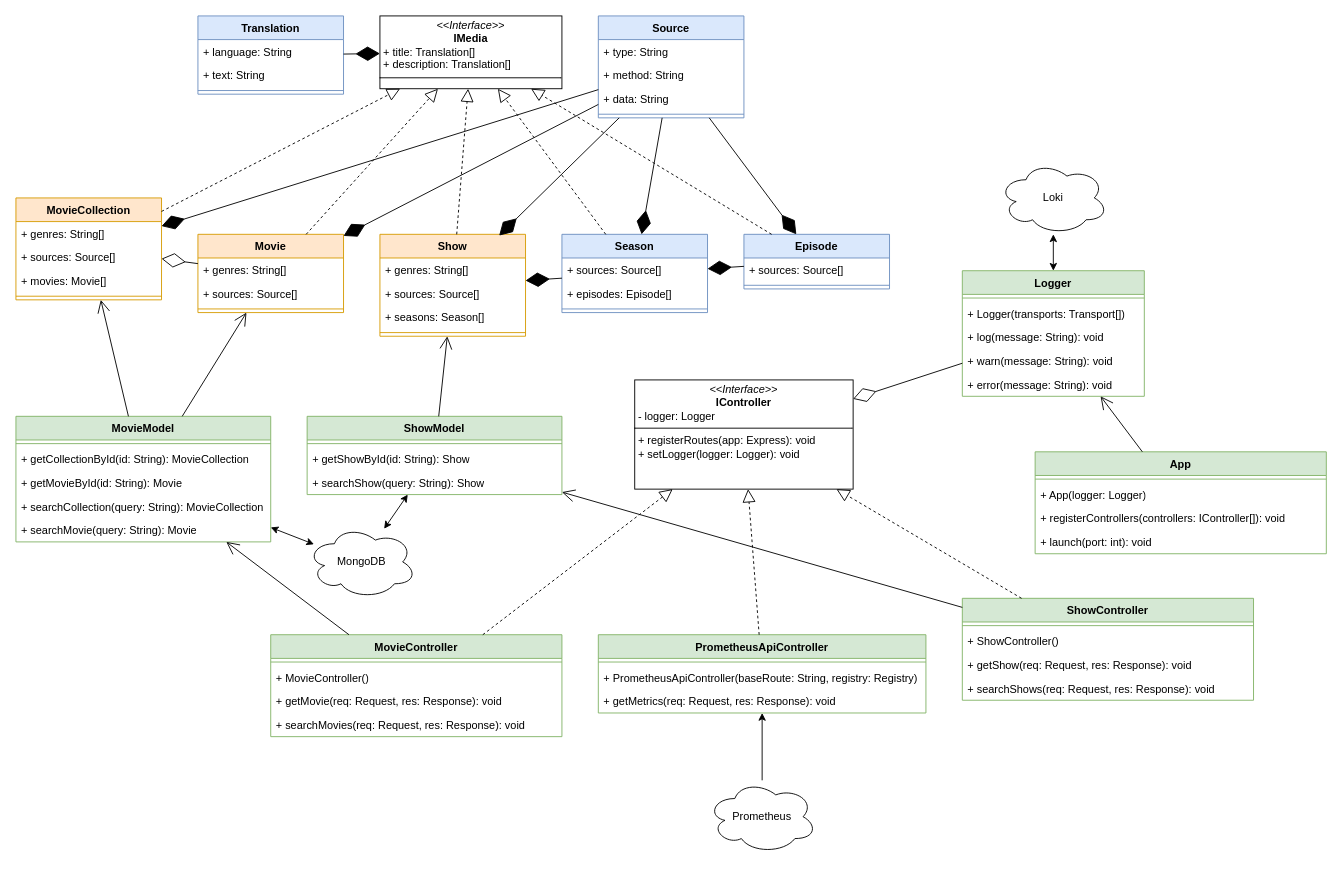
Above: page "Classes" (3 of 4) of docs/mdb.drawio in TimKral5/mediadb (draw.io), before the change. Source tidied: cells renumbered, new cells numbered last; positions are measured from the earlier drawing's top-left corner, leaving out a move shared by most shapes. Both pictures are drawn from the tidied source at 91%, with x=0, y=0 at pixel (15, 15).
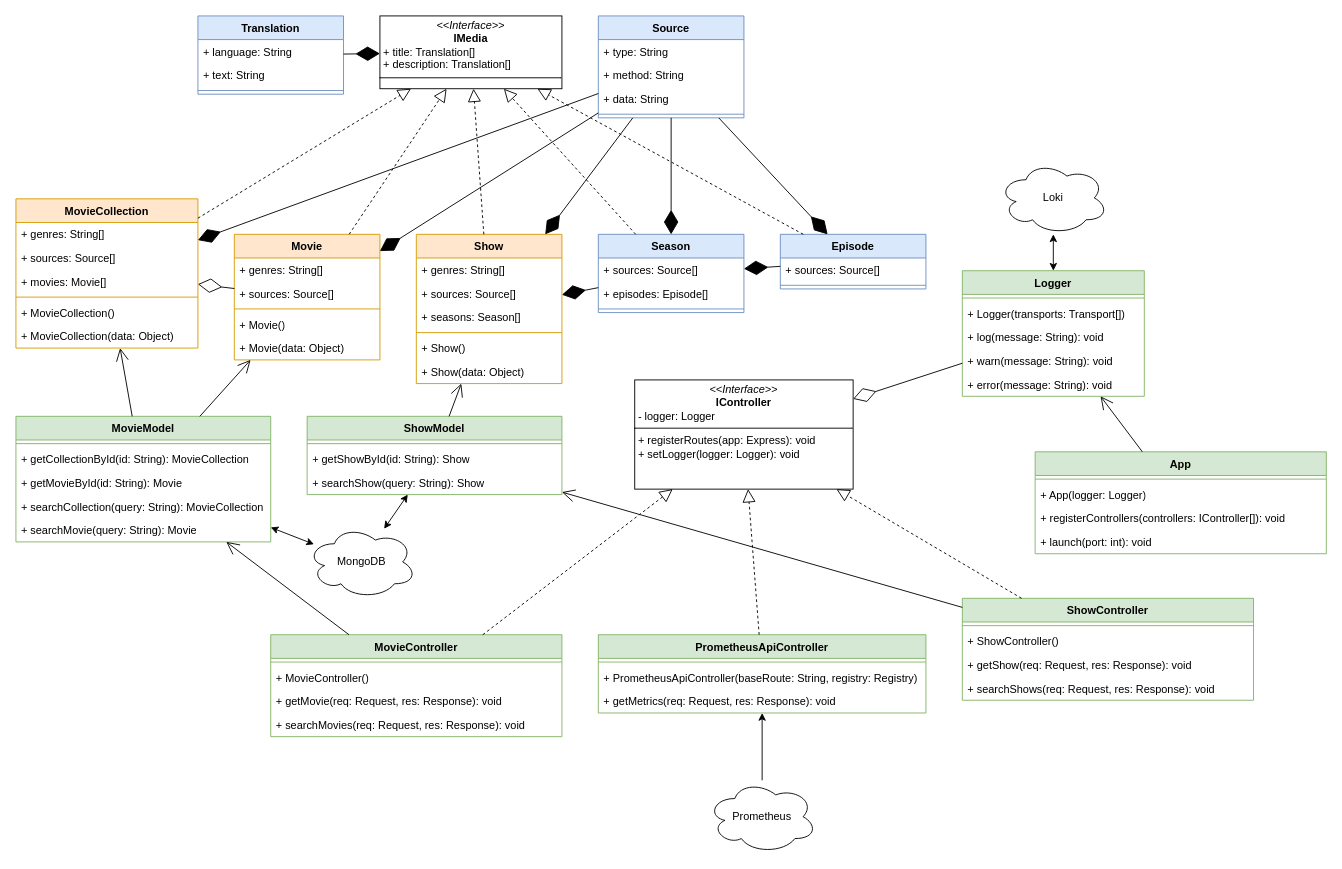
The same diagram, later.

Commit message (it also covers changes not shown here):
add constructors to the classes MovieCollection, Movie and Show

Unchanged cells that the change refers to:
```xml
<mxCell id="24" value="Source" style="swimlane;fontStyle=1;align=center;verticalAlign=top;horizontal=1;startSize=26;whiteSpace=wrap;html=1;fillColor=#dae8fc;strokeColor=#6c8ebf;" parent="1" vertex="1">
  <mxGeometry x="640" width="160" height="112" as="geometry" />
</mxCell>
```

The edit, as a diff of the source:
```diff
@@
     <mxCell id="2" value="Movie" style="swimlane;fontStyle=1;align=center;verticalAlign=top;horizontal=1;startSize=26;whiteSpace=wrap;html=1;fillColor=#ffe6cc;strokeColor=#d79b00;" parent="1" vertex="1">
-      <mxGeometry x="200" y="240" width="160" height="86" as="geometry" />
+      <mxGeometry x="240" y="240" width="160" height="138" as="geometry" />
     </mxCell>
@@
+    <mxCell id="100" value="+ Movie()" style="text;strokeColor=none;fillColor=none;align=left;verticalAlign=top;spacingLeft=4;spacingRight=4;overflow=hidden;whiteSpace=wrap;html=1;" parent="2" vertex="1">
+      <mxGeometry y="86" width="160" height="26" as="geometry" />
+    </mxCell>
+    <mxCell id="101" value="+ Movie(data: Object)" style="text;strokeColor=none;fillColor=none;align=left;verticalAlign=top;spacingLeft=4;spacingRight=4;overflow=hidden;whiteSpace=wrap;html=1;" parent="2" vertex="1">
+      <mxGeometry y="112" width="160" height="26" as="geometry" />
+    </mxCell>
@@
     <mxCell id="10" value="Show" style="swimlane;fontStyle=1;align=center;verticalAlign=top;horizontal=1;startSize=26;whiteSpace=wrap;html=1;fillColor=#ffe6cc;strokeColor=#d79b00;" parent="1" vertex="1">
-      <mxGeometry x="400" y="240" width="160" height="112" as="geometry" />
+      <mxGeometry x="440" y="240" width="160" height="164" as="geometry" />
     </mxCell>
@@
+    <mxCell id="102" value="+ Show()" style="text;strokeColor=none;fillColor=none;align=left;verticalAlign=top;spacingLeft=4;spacingRight=4;overflow=hidden;whiteSpace=wrap;html=1;" parent="10" vertex="1">
+      <mxGeometry y="112" width="160" height="26" as="geometry" />
+    </mxCell>
+    <mxCell id="103" value="+ Show(data: Object)" style="text;strokeColor=none;fillColor=none;align=left;verticalAlign=top;spacingLeft=4;spacingRight=4;overflow=hidden;whiteSpace=wrap;html=1;" parent="10" vertex="1">
+      <mxGeometry y="138" width="160" height="26" as="geometry" />
+    </mxCell>
@@
     <mxCell id="19" value="Season" style="swimlane;fontStyle=1;align=center;verticalAlign=top;horizontal=1;startSize=26;whiteSpace=wrap;html=1;fillColor=#dae8fc;strokeColor=#6c8ebf;" parent="1" vertex="1">
-      <mxGeometry x="600" y="240" width="160" height="86" as="geometry" />
+      <mxGeometry x="640" y="240" width="160" height="86" as="geometry" />
     </mxCell>
@@
-    <mxCell id="29" style="endArrow=diamondThin;endFill=1;endSize=24;html=1;rounded=0;entryX=0.819;entryY=0.012;entryDx=0;entryDy=0;entryPerimeter=0;" parent="1" edge="1" source="24" target="10">
+    <mxCell id="29" style="endArrow=diamondThin;endFill=1;endSize=24;html=1;rounded=0;" parent="1" edge="1" source="24" target="10">
       <mxGeometry relative="1" as="geometry" />
     </mxCell>
@@
     <mxCell id="31" value="Episode" style="swimlane;fontStyle=1;align=center;verticalAlign=top;horizontal=1;startSize=26;whiteSpace=wrap;html=1;fillColor=#dae8fc;strokeColor=#6c8ebf;" parent="1" vertex="1">
-      <mxGeometry x="800" y="240" width="160" height="60" as="geometry" />
+      <mxGeometry x="840" y="240" width="160" height="60" as="geometry" />
     </mxCell>
@@
     <mxCell id="36" value="MovieCollection" style="swimlane;fontStyle=1;align=center;verticalAlign=top;horizontal=1;startSize=26;whiteSpace=wrap;html=1;fillColor=#ffe6cc;strokeColor=#d79b00;" parent="1" vertex="1">
-      <mxGeometry y="200" width="160" height="112" as="geometry" />
+      <mxGeometry y="201" width="200" height="164" as="geometry" />
     </mxCell>
     <mxCell id="37" value="+ genres: String[]" style="text;strokeColor=none;fillColor=none;align=left;verticalAlign=top;spacingLeft=4;spacingRight=4;overflow=hidden;whiteSpace=wrap;html=1;" parent="36" vertex="1">
-      <mxGeometry y="26" width="160" height="26" as="geometry" />
+      <mxGeometry y="26" width="200" height="26" as="geometry" />
     </mxCell>
     <mxCell id="38" value="+ sources: Source[]" style="text;strokeColor=none;fillColor=none;align=left;verticalAlign=top;spacingLeft=4;spacingRight=4;overflow=hidden;whiteSpace=wrap;html=1;" parent="36" vertex="1">
-      <mxGeometry y="52" width="160" height="26" as="geometry" />
+      <mxGeometry y="52" width="200" height="26" as="geometry" />
     </mxCell>
     <mxCell id="39" value="+ movies: Movie[]" style="text;strokeColor=none;fillColor=none;align=left;verticalAlign=top;spacingLeft=4;spacingRight=4;overflow=hidden;whiteSpace=wrap;html=1;" parent="36" vertex="1">
-      <mxGeometry y="78" width="160" height="26" as="geometry" />
+      <mxGeometry y="78" width="200" height="26" as="geometry" />
     </mxCell>
     <mxCell id="40" style="line;strokeWidth=1;fillColor=none;align=left;verticalAlign=middle;spacingTop=-1;spacingLeft=3;spacingRight=3;labelPosition=right;strokeColor=inherit;" parent="36" vertex="1">
-      <mxGeometry y="104" width="160" height="8" as="geometry" />
+      <mxGeometry y="104" width="200" height="8" as="geometry" />
     </mxCell>
+    <mxCell id="104" value="+ MovieCollection()" style="text;strokeColor=none;fillColor=none;align=left;verticalAlign=top;spacingLeft=4;spacingRight=4;overflow=hidden;whiteSpace=wrap;html=1;" parent="36" vertex="1">
+      <mxGeometry y="112" width="200" height="26" as="geometry" />
+    </mxCell>
+    <mxCell id="105" value="+ MovieCollection(data: Object)" style="text;strokeColor=none;fillColor=none;align=left;verticalAlign=top;spacingLeft=4;spacingRight=4;overflow=hidden;whiteSpace=wrap;html=1;" parent="36" vertex="1">
+      <mxGeometry y="138" width="200" height="26" as="geometry" />
+    </mxCell>
```
